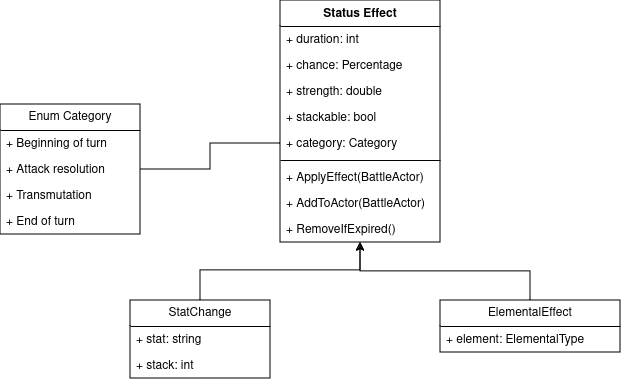
This is docs/pics/design_doc/status_effect_uml.drawio.png from dlarv/mage_types, a draw.io export, as it was before one commit. Source tidied: cells renumbered, new cells last; positions are measured from the earlier drawing's top-left corner, leaving out a move shared by most shapes. Source of this version:
```xml
<mxGraphModel>
  <root>
    <mxCell id="0" />
    <mxCell id="1" parent="0" />
    <mxCell id="2" value="Status Effect" style="swimlane;fontStyle=1;align=center;verticalAlign=top;horizontal=1;startSize=26;whiteSpace=wrap;html=1;" parent="1" vertex="1">
      <mxGeometry x="280" width="160" height="242" as="geometry" />
    </mxCell>
    <mxCell id="3" value="+ duration: int" style="text;strokeColor=none;fillColor=none;align=left;verticalAlign=top;spacingLeft=4;spacingRight=4;overflow=hidden;whiteSpace=wrap;html=1;" parent="2" vertex="1">
      <mxGeometry y="26" width="160" height="26" as="geometry" />
    </mxCell>
    <mxCell id="4" value="+ chance: Percentage" style="text;strokeColor=none;fillColor=none;align=left;verticalAlign=top;spacingLeft=4;spacingRight=4;overflow=hidden;whiteSpace=wrap;html=1;" parent="2" vertex="1">
      <mxGeometry y="52" width="160" height="26" as="geometry" />
    </mxCell>
    <mxCell id="5" value="+ strength: double" style="text;strokeColor=none;fillColor=none;align=left;verticalAlign=top;spacingLeft=4;spacingRight=4;overflow=hidden;whiteSpace=wrap;html=1;" parent="2" vertex="1">
      <mxGeometry y="78" width="160" height="26" as="geometry" />
    </mxCell>
    <mxCell id="6" value="+ stackable: bool" style="text;strokeColor=none;fillColor=none;align=left;verticalAlign=top;spacingLeft=4;spacingRight=4;overflow=hidden;whiteSpace=wrap;html=1;" parent="2" vertex="1">
      <mxGeometry y="104" width="160" height="26" as="geometry" />
    </mxCell>
    <mxCell id="7" value="&lt;div&gt;+ category: Category&lt;/div&gt;" style="text;strokeColor=none;fillColor=none;align=left;verticalAlign=top;spacingLeft=4;spacingRight=4;overflow=hidden;points=[[0,0.5],[1,0.5]];portConstraint=eastwest;whiteSpace=wrap;html=1;" parent="2" vertex="1">
      <mxGeometry y="130" width="160" height="26" as="geometry" />
    </mxCell>
    <mxCell id="8" style="line;strokeWidth=1;fillColor=none;align=left;verticalAlign=middle;spacingTop=-1;spacingLeft=3;spacingRight=3;labelPosition=right;strokeColor=inherit;" parent="2" vertex="1">
      <mxGeometry y="156" width="160" height="8" as="geometry" />
    </mxCell>
    <mxCell id="9" value="+ ApplyEffect(BattleActor)" style="text;strokeColor=none;fillColor=none;align=left;verticalAlign=top;spacingLeft=4;spacingRight=4;overflow=hidden;whiteSpace=wrap;html=1;" parent="2" vertex="1">
      <mxGeometry y="164" width="160" height="26" as="geometry" />
    </mxCell>
    <mxCell id="10" value="+ AddToActor(BattleActor)" style="text;strokeColor=none;fillColor=none;align=left;verticalAlign=top;spacingLeft=4;spacingRight=4;overflow=hidden;whiteSpace=wrap;html=1;" parent="2" vertex="1">
      <mxGeometry y="190" width="160" height="26" as="geometry" />
    </mxCell>
    <mxCell id="11" value="+ RemoveIfExpired()" style="text;strokeColor=none;fillColor=none;align=left;verticalAlign=top;spacingLeft=4;spacingRight=4;overflow=hidden;whiteSpace=wrap;html=1;" parent="2" vertex="1">
      <mxGeometry y="216" width="160" height="26" as="geometry" />
    </mxCell>
    <mxCell id="12" value="Enum Category" style="swimlane;fontStyle=0;horizontal=1;startSize=26;fillColor=none;whiteSpace=wrap;html=1;" parent="1" vertex="1">
      <mxGeometry y="104" width="140" height="130" as="geometry" />
    </mxCell>
    <mxCell id="13" value="+ Beginning of turn" style="text;strokeColor=none;fillColor=none;align=left;verticalAlign=top;spacingLeft=4;spacingRight=4;overflow=hidden;whiteSpace=wrap;html=1;" parent="12" vertex="1">
      <mxGeometry y="26" width="140" height="26" as="geometry" />
    </mxCell>
    <mxCell id="14" value="+ Attack resolution" style="text;strokeColor=none;fillColor=none;align=left;verticalAlign=top;spacingLeft=4;spacingRight=4;overflow=hidden;whiteSpace=wrap;html=1;" parent="12" vertex="1">
      <mxGeometry y="52" width="140" height="26" as="geometry" />
    </mxCell>
    <mxCell id="15" value="+ Transmutation" style="text;strokeColor=none;fillColor=none;align=left;verticalAlign=top;spacingLeft=4;spacingRight=4;overflow=hidden;whiteSpace=wrap;html=1;" parent="12" vertex="1">
      <mxGeometry y="78" width="140" height="26" as="geometry" />
    </mxCell>
    <mxCell id="16" value="+ End of turn" style="text;strokeColor=none;fillColor=none;align=left;verticalAlign=top;spacingLeft=4;spacingRight=4;overflow=hidden;whiteSpace=wrap;html=1;" parent="12" vertex="1">
      <mxGeometry y="104" width="140" height="26" as="geometry" />
    </mxCell>
    <mxCell id="17" style="edgeStyle=orthogonalEdgeStyle;rounded=0;jettySize=auto;html=1;endArrow=none;endFill=0;" parent="1" edge="1" source="7" target="12">
      <mxGeometry relative="1" as="geometry" />
    </mxCell>
    <mxCell id="18" style="edgeStyle=orthogonalEdgeStyle;rounded=0;jettySize=auto;html=1;" parent="1" edge="1" source="19" target="2">
      <mxGeometry relative="1" as="geometry">
        <Array as="points">
          <mxPoint x="200" y="270" />
          <mxPoint x="360" y="270" />
        </Array>
      </mxGeometry>
    </mxCell>
    <mxCell id="19" value="StatChange" style="swimlane;fontStyle=0;horizontal=1;startSize=26;fillColor=none;whiteSpace=wrap;html=1;" parent="1" vertex="1">
      <mxGeometry x="130" y="300" width="140" height="78" as="geometry" />
    </mxCell>
    <mxCell id="20" value="+ stat: string" style="text;strokeColor=none;fillColor=none;align=left;verticalAlign=top;spacingLeft=4;spacingRight=4;overflow=hidden;whiteSpace=wrap;html=1;" parent="19" vertex="1">
      <mxGeometry y="26" width="140" height="26" as="geometry" />
    </mxCell>
    <mxCell id="21" value="+ stack: int" style="text;strokeColor=none;fillColor=none;align=left;verticalAlign=top;spacingLeft=4;spacingRight=4;overflow=hidden;whiteSpace=wrap;html=1;" parent="19" vertex="1">
      <mxGeometry y="52" width="140" height="26" as="geometry" />
    </mxCell>
    <mxCell id="22" style="edgeStyle=orthogonalEdgeStyle;rounded=0;jettySize=auto;html=1;" parent="1" edge="1" source="23" target="2">
      <mxGeometry relative="1" as="geometry" />
    </mxCell>
    <mxCell id="23" value="ElementalEffect" style="swimlane;fontStyle=0;horizontal=1;startSize=26;fillColor=none;whiteSpace=wrap;html=1;" parent="1" vertex="1">
      <mxGeometry x="440" y="300" width="180" height="52" as="geometry" />
    </mxCell>
    <mxCell id="24" value="+ element: ElementalType" style="text;strokeColor=none;fillColor=none;align=left;verticalAlign=top;spacingLeft=4;spacingRight=4;overflow=hidden;whiteSpace=wrap;html=1;" parent="23" vertex="1">
      <mxGeometry y="26" width="180" height="26" as="geometry" />
    </mxCell>
  </root>
</mxGraphModel>
```
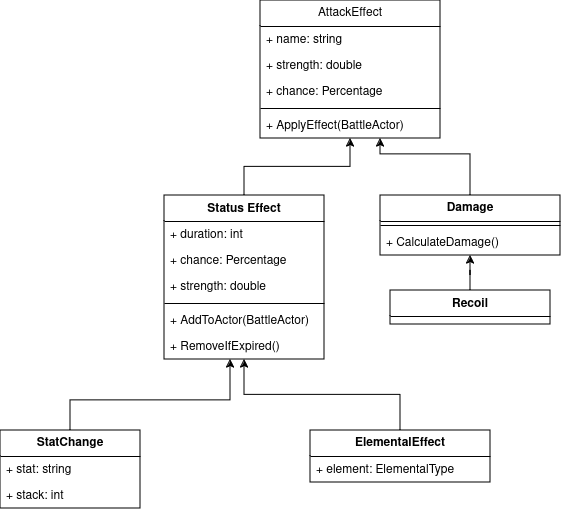
After the commit.

What changed in the source:
```diff
@@ -2,54 +2,30 @@
   <root>
     <mxCell id="0" />
     <mxCell id="1" parent="0" />
+    <mxCell id="25" style="edgeStyle=orthogonalEdgeStyle;rounded=0;jettySize=auto;html=1;" parent="1" edge="1" source="2" target="31">
+      <mxGeometry relative="1" as="geometry" />
+    </mxCell>
-    <mxCell id="2" value="Status Effect" style="swimlane;fontStyle=1;align=center;verticalAlign=top;horizontal=1;startSize=26;whiteSpace=wrap;html=1;" parent="1" vertex="1">
-      <mxGeometry x="280" width="160" height="242" as="geometry" />
+    <mxCell id="2" value="Status Effect" style="swimlane;fontStyle=1;align=center;verticalAlign=top;horizontal=1;startSize=26;whiteSpace=wrap;html=1;fillColor=none;" parent="1" vertex="1">
+      <mxGeometry x="294" y="65" width="160" height="164" as="geometry" />
     </mxCell>
-    <mxCell id="3" value="+ duration: int" style="text;strokeColor=none;fillColor=none;align=left;verticalAlign=top;spacingLeft=4;spacingRight=4;overflow=hidden;whiteSpace=wrap;html=1;" parent="2" vertex="1">
-      <mxGeometry y="26" width="160" height="26" as="geometry" />
-    </mxCell>
+    <mxCell id="26" value="+ duration: int" style="text;strokeColor=none;fillColor=none;align=left;verticalAlign=top;spacingLeft=4;spacingRight=4;overflow=hidden;whiteSpace=wrap;html=1;" parent="2" vertex="1">
+      <mxGeometry y="26" width="160" height="26" as="geometry" />
+    </mxCell>
     <mxCell id="4" value="+ chance: Percentage" style="text;strokeColor=none;fillColor=none;align=left;verticalAlign=top;spacingLeft=4;spacingRight=4;overflow=hidden;whiteSpace=wrap;html=1;" parent="2" vertex="1">
       <mxGeometry y="52" width="160" height="26" as="geometry" />
     </mxCell>
     <mxCell id="5" value="+ strength: double" style="text;strokeColor=none;fillColor=none;align=left;verticalAlign=top;spacingLeft=4;spacingRight=4;overflow=hidden;whiteSpace=wrap;html=1;" parent="2" vertex="1">
       <mxGeometry y="78" width="160" height="26" as="geometry" />
     </mxCell>
-    <mxCell id="6" value="+ stackable: bool" style="text;strokeColor=none;fillColor=none;align=left;verticalAlign=top;spacingLeft=4;spacingRight=4;overflow=hidden;whiteSpace=wrap;html=1;" parent="2" vertex="1">
-      <mxGeometry y="104" width="160" height="26" as="geometry" />
-    </mxCell>
-    <mxCell id="7" value="&lt;div&gt;+ category: Category&lt;/div&gt;" style="text;strokeColor=none;fillColor=none;align=left;verticalAlign=top;spacingLeft=4;spacingRight=4;overflow=hidden;points=[[0,0.5],[1,0.5]];portConstraint=eastwest;whiteSpace=wrap;html=1;" parent="2" vertex="1">
-      <mxGeometry y="130" width="160" height="26" as="geometry" />
-    </mxCell>
     <mxCell id="8" style="line;strokeWidth=1;fillColor=none;align=left;verticalAlign=middle;spacingTop=-1;spacingLeft=3;spacingRight=3;labelPosition=right;strokeColor=inherit;" parent="2" vertex="1">
-      <mxGeometry y="156" width="160" height="8" as="geometry" />
+      <mxGeometry y="104" width="160" height="8" as="geometry" />
     </mxCell>
-    <mxCell id="9" value="+ ApplyEffect(BattleActor)" style="text;strokeColor=none;fillColor=none;align=left;verticalAlign=top;spacingLeft=4;spacingRight=4;overflow=hidden;whiteSpace=wrap;html=1;" parent="2" vertex="1">
-      <mxGeometry y="164" width="160" height="26" as="geometry" />
-    </mxCell>
     <mxCell id="10" value="+ AddToActor(BattleActor)" style="text;strokeColor=none;fillColor=none;align=left;verticalAlign=top;spacingLeft=4;spacingRight=4;overflow=hidden;whiteSpace=wrap;html=1;" parent="2" vertex="1">
-      <mxGeometry y="190" width="160" height="26" as="geometry" />
+      <mxGeometry y="112" width="160" height="26" as="geometry" />
     </mxCell>
     <mxCell id="11" value="+ RemoveIfExpired()" style="text;strokeColor=none;fillColor=none;align=left;verticalAlign=top;spacingLeft=4;spacingRight=4;overflow=hidden;whiteSpace=wrap;html=1;" parent="2" vertex="1">
-      <mxGeometry y="216" width="160" height="26" as="geometry" />
+      <mxGeometry y="138" width="160" height="26" as="geometry" />
     </mxCell>
-    <mxCell id="12" value="Enum Category" style="swimlane;fontStyle=0;horizontal=1;startSize=26;fillColor=none;whiteSpace=wrap;html=1;" parent="1" vertex="1">
-      <mxGeometry y="104" width="140" height="130" as="geometry" />
-    </mxCell>
-    <mxCell id="13" value="+ Beginning of turn" style="text;strokeColor=none;fillColor=none;align=left;verticalAlign=top;spacingLeft=4;spacingRight=4;overflow=hidden;whiteSpace=wrap;html=1;" parent="12" vertex="1">
-      <mxGeometry y="26" width="140" height="26" as="geometry" />
-    </mxCell>
-    <mxCell id="14" value="+ Attack resolution" style="text;strokeColor=none;fillColor=none;align=left;verticalAlign=top;spacingLeft=4;spacingRight=4;overflow=hidden;whiteSpace=wrap;html=1;" parent="12" vertex="1">
-      <mxGeometry y="52" width="140" height="26" as="geometry" />
-    </mxCell>
-    <mxCell id="15" value="+ Transmutation" style="text;strokeColor=none;fillColor=none;align=left;verticalAlign=top;spacingLeft=4;spacingRight=4;overflow=hidden;whiteSpace=wrap;html=1;" parent="12" vertex="1">
-      <mxGeometry y="78" width="140" height="26" as="geometry" />
-    </mxCell>
-    <mxCell id="16" value="+ End of turn" style="text;strokeColor=none;fillColor=none;align=left;verticalAlign=top;spacingLeft=4;spacingRight=4;overflow=hidden;whiteSpace=wrap;html=1;" parent="12" vertex="1">
-      <mxGeometry y="104" width="140" height="26" as="geometry" />
-    </mxCell>
-    <mxCell id="17" style="edgeStyle=orthogonalEdgeStyle;rounded=0;jettySize=auto;html=1;endArrow=none;endFill=0;" parent="1" edge="1" source="7" target="12">
-      <mxGeometry relative="1" as="geometry" />
-    </mxCell>
     <mxCell id="18" style="edgeStyle=orthogonalEdgeStyle;rounded=0;jettySize=auto;html=1;" parent="1" edge="1" source="19" target="2">
       <mxGeometry relative="1" as="geometry">
         <Array as="points">
@@ -58,7 +34,7 @@
         </Array>
       </mxGeometry>
     </mxCell>
-    <mxCell id="19" value="StatChange" style="swimlane;fontStyle=0;horizontal=1;startSize=26;fillColor=none;whiteSpace=wrap;html=1;" parent="1" vertex="1">
+    <mxCell id="19" value="&lt;b&gt;StatChange&lt;/b&gt;" style="swimlane;fontStyle=0;horizontal=1;startSize=26;fillColor=none;whiteSpace=wrap;html=1;" parent="1" vertex="1">
       <mxGeometry x="130" y="300" width="140" height="78" as="geometry" />
     </mxCell>
     <mxCell id="20" value="+ stat: string" style="text;strokeColor=none;fillColor=none;align=left;verticalAlign=top;spacingLeft=4;spacingRight=4;overflow=hidden;whiteSpace=wrap;html=1;" parent="19" vertex="1">
@@ -70,11 +46,52 @@
     <mxCell id="22" style="edgeStyle=orthogonalEdgeStyle;rounded=0;jettySize=auto;html=1;" parent="1" edge="1" source="23" target="2">
       <mxGeometry relative="1" as="geometry" />
     </mxCell>
-    <mxCell id="23" value="ElementalEffect" style="swimlane;fontStyle=0;horizontal=1;startSize=26;fillColor=none;whiteSpace=wrap;html=1;" parent="1" vertex="1">
+    <mxCell id="23" value="&lt;b&gt;ElementalEffect&lt;/b&gt;" style="swimlane;fontStyle=0;horizontal=1;startSize=26;fillColor=none;whiteSpace=wrap;html=1;" parent="1" vertex="1">
       <mxGeometry x="440" y="300" width="180" height="52" as="geometry" />
     </mxCell>
     <mxCell id="24" value="+ element: ElementalType" style="text;strokeColor=none;fillColor=none;align=left;verticalAlign=top;spacingLeft=4;spacingRight=4;overflow=hidden;whiteSpace=wrap;html=1;" parent="23" vertex="1">
       <mxGeometry y="26" width="180" height="26" as="geometry" />
     </mxCell>
+    <mxCell id="27" style="edgeStyle=orthogonalEdgeStyle;rounded=0;jettySize=auto;html=1;" parent="1" edge="1" source="28" target="31">
+      <mxGeometry relative="1" as="geometry">
+        <Array as="points">
+          <mxPoint x="600" y="24" />
+          <mxPoint x="510" y="24" />
+        </Array>
+      </mxGeometry>
+    </mxCell>
+    <mxCell id="28" value="&lt;b&gt;Damage&lt;/b&gt;" style="swimlane;fontStyle=0;horizontal=1;startSize=26;fillColor=none;whiteSpace=wrap;html=1;" parent="1" vertex="1">
+      <mxGeometry x="510" y="65" width="180" height="60" as="geometry" />
+    </mxCell>
+    <mxCell id="29" style="line;strokeWidth=1;fillColor=none;align=left;verticalAlign=middle;spacingTop=-1;spacingLeft=3;spacingRight=3;labelPosition=right;strokeColor=inherit;" parent="28" vertex="1">
+      <mxGeometry y="26" width="180" height="8" as="geometry" />
+    </mxCell>
+    <mxCell id="30" value="+ CalculateDamage()" style="text;strokeColor=none;fillColor=none;align=left;verticalAlign=top;spacingLeft=4;spacingRight=4;overflow=hidden;whiteSpace=wrap;html=1;" parent="28" vertex="1">
+      <mxGeometry y="34" width="180" height="26" as="geometry" />
+    </mxCell>
+    <mxCell id="31" value="AttackEffect" style="swimlane;fontStyle=0;horizontal=1;startSize=26;fillColor=none;whiteSpace=wrap;html=1;" parent="1" vertex="1">
+      <mxGeometry x="390" y="-130" width="180" height="138" as="geometry" />
+    </mxCell>
+    <mxCell id="3" value="+ name: string" style="text;strokeColor=none;fillColor=none;align=left;verticalAlign=top;spacingLeft=4;spacingRight=4;overflow=hidden;whiteSpace=wrap;html=1;" parent="31" vertex="1">
+      <mxGeometry y="26" width="180" height="26" as="geometry" />
+    </mxCell>
+    <mxCell id="32" value="+ strength: double" style="text;strokeColor=none;fillColor=none;align=left;verticalAlign=top;spacingLeft=4;spacingRight=4;overflow=hidden;whiteSpace=wrap;html=1;" parent="31" vertex="1">
+      <mxGeometry y="52" width="180" height="26" as="geometry" />
+    </mxCell>
+    <mxCell id="33" value="+ chance: Percentage" style="text;strokeColor=none;fillColor=none;align=left;verticalAlign=top;spacingLeft=4;spacingRight=4;overflow=hidden;whiteSpace=wrap;html=1;" parent="31" vertex="1">
+      <mxGeometry y="78" width="180" height="26" as="geometry" />
+    </mxCell>
+    <mxCell id="34" style="line;strokeWidth=1;fillColor=none;align=left;verticalAlign=middle;spacingTop=-1;spacingLeft=3;spacingRight=3;labelPosition=right;strokeColor=inherit;" parent="31" vertex="1">
+      <mxGeometry y="104" width="180" height="8" as="geometry" />
+    </mxCell>
+    <mxCell id="9" value="+ ApplyEffect(BattleActor)" style="text;strokeColor=none;fillColor=none;align=left;verticalAlign=top;spacingLeft=4;spacingRight=4;overflow=hidden;whiteSpace=wrap;html=1;" parent="31" vertex="1">
+      <mxGeometry y="112" width="180" height="26" as="geometry" />
+    </mxCell>
+    <mxCell id="35" style="edgeStyle=orthogonalEdgeStyle;rounded=0;jettySize=auto;html=1;" parent="1" edge="1" source="36" target="28">
+      <mxGeometry relative="1" as="geometry" />
+    </mxCell>
+    <mxCell id="36" value="Recoil" style="swimlane;fontStyle=1;align=center;verticalAlign=top;horizontal=1;startSize=26;whiteSpace=wrap;html=1;fillColor=none;" parent="1" vertex="1">
+      <mxGeometry x="520" y="160" width="160" height="34" as="geometry" />
+    </mxCell>
   </root>
 </mxGraphModel>
```
